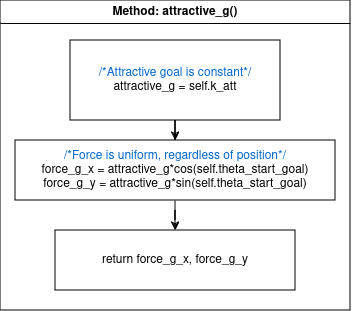
Before: documentation_images/planner-attractive_g().drawio.png, a diagram exported from draw.io (danielglemminge/ur3_project). Source tidied: cells renumbered, new cells last; positions are measured from the earlier drawing's top-left corner, leaving out a move shared by most shapes. Source of this version:
```xml
<mxGraphModel>
  <root>
    <mxCell id="0" />
    <mxCell id="1" parent="0" />
    <mxCell id="2" value="Method: attractive_g()" style="swimlane;whiteSpace=wrap;html=1;" parent="1" vertex="1">
      <mxGeometry width="350" height="310" as="geometry" />
    </mxCell>
    <mxCell id="3" value="&lt;div&gt;&lt;font color=&quot;#0066cc&quot;&gt;/*Attractive goal is constant*/&lt;/font&gt;&lt;/div&gt;&lt;div&gt;attractive_g = self.k_att&lt;br&gt;&lt;/div&gt;" style="rounded=0;whiteSpace=wrap;html=1;" parent="2" vertex="1">
      <mxGeometry x="70" y="40" width="210" height="80" as="geometry" />
    </mxCell>
    <mxCell id="4" value="return force_g_x, force_g_y" style="whiteSpace=wrap;html=1;" parent="2" vertex="1">
      <mxGeometry x="55" y="230" width="240" height="60" as="geometry" />
    </mxCell>
    <mxCell id="5" style="edgeStyle=orthogonalEdgeStyle;rounded=0;jettySize=auto;html=1;entryX=0.5;entryY=0;entryDx=0;entryDy=0;" parent="2" edge="1" source="6" target="4">
      <mxGeometry relative="1" as="geometry" />
    </mxCell>
    <mxCell id="6" value="&lt;div&gt;&lt;font color=&quot;#0066cc&quot;&gt;/*Force is uniform, regardless of position*/&lt;/font&gt;&lt;/div&gt;&lt;div&gt;force_g_x = attractive_g*cos(self.theta_start_goal)&lt;/div&gt;&lt;div&gt;&lt;div&gt;force_g_y = attractive_g*sin(self.theta_start_goal)&lt;/div&gt;&lt;/div&gt;" style="rounded=0;whiteSpace=wrap;html=1;" parent="2" vertex="1">
      <mxGeometry x="15" y="140" width="320" height="60" as="geometry" />
    </mxCell>
    <mxCell id="7" style="edgeStyle=orthogonalEdgeStyle;rounded=0;jettySize=auto;html=1;entryX=0.5;entryY=0;entryDx=0;entryDy=0;" parent="2" edge="1" source="3" target="6">
      <mxGeometry relative="1" as="geometry" />
    </mxCell>
  </root>
</mxGraphModel>
```
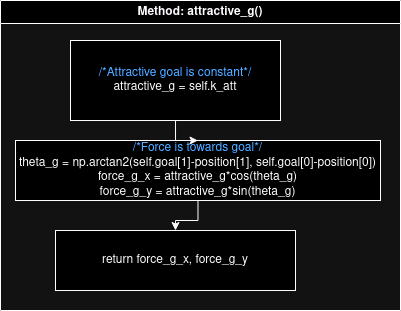
The same file after the commit.

The edit, as a diff of the source:
```diff
@@ -3,7 +3,7 @@
     <mxCell id="0" />
     <mxCell id="1" parent="0" />
     <mxCell id="2" value="Method: attractive_g()" style="swimlane;whiteSpace=wrap;html=1;" parent="1" vertex="1">
-      <mxGeometry width="350" height="310" as="geometry" />
+      <mxGeometry width="400" height="310" as="geometry" />
     </mxCell>
     <mxCell id="3" value="&lt;div&gt;&lt;font color=&quot;#0066cc&quot;&gt;/*Attractive goal is constant*/&lt;/font&gt;&lt;/div&gt;&lt;div&gt;attractive_g = self.k_att&lt;br&gt;&lt;/div&gt;" style="rounded=0;whiteSpace=wrap;html=1;" parent="2" vertex="1">
       <mxGeometry x="70" y="40" width="210" height="80" as="geometry" />
@@ -14,8 +14,8 @@
     <mxCell id="5" style="edgeStyle=orthogonalEdgeStyle;rounded=0;jettySize=auto;html=1;entryX=0.5;entryY=0;entryDx=0;entryDy=0;" parent="2" edge="1" source="6" target="4">
       <mxGeometry relative="1" as="geometry" />
     </mxCell>
-    <mxCell id="6" value="&lt;div&gt;&lt;font color=&quot;#0066cc&quot;&gt;/*Force is uniform, regardless of position*/&lt;/font&gt;&lt;/div&gt;&lt;div&gt;force_g_x = attractive_g*cos(self.theta_start_goal)&lt;/div&gt;&lt;div&gt;&lt;div&gt;force_g_y = attractive_g*sin(self.theta_start_goal)&lt;/div&gt;&lt;/div&gt;" style="rounded=0;whiteSpace=wrap;html=1;" parent="2" vertex="1">
-      <mxGeometry x="15" y="140" width="320" height="60" as="geometry" />
+    <mxCell id="6" value="&lt;div&gt;&lt;font color=&quot;#0066cc&quot;&gt;/*Force is towards goal*/&lt;/font&gt;&lt;/div&gt;&lt;div&gt;theta_g = np.arctan2(self.goal[1]-position[1], self.goal[0]-position[0])&lt;br&gt;&lt;/div&gt;&lt;div&gt;force_g_x = attractive_g*cos(theta_g)&lt;/div&gt;&lt;div&gt;&lt;div&gt;force_g_y = attractive_g*sin(theta_g)&lt;/div&gt;&lt;/div&gt;" style="rounded=0;whiteSpace=wrap;html=1;" parent="2" vertex="1">
+      <mxGeometry x="15" y="140" width="365" height="60" as="geometry" />
     </mxCell>
     <mxCell id="7" style="edgeStyle=orthogonalEdgeStyle;rounded=0;jettySize=auto;html=1;entryX=0.5;entryY=0;entryDx=0;entryDy=0;" parent="2" edge="1" source="3" target="6">
       <mxGeometry relative="1" as="geometry" />
```
